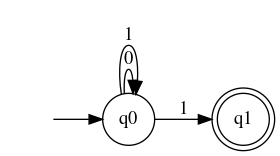
Earlier version of the Graphviz export Practica 5/fsm.gv.png (Alonsormm/Teoria-Computacional). Its source is kept beside it as Practica 5/fsm.gv.
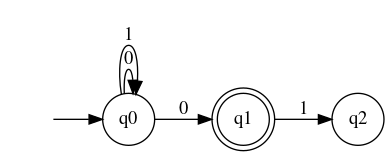
After the change.

Change to the diagram source:
```diff
@@ -5,9 +5,11 @@
 	node [shape=circle]
 	q0
 	q1
+	q2
 	q0 -> q0 [label=0]
+	q0 -> q1 [label=0]
 	q0 -> q0 [label=1]
-	q0 -> q1 [label=1]
+	q1 -> q2 [label=1]
 	node [style=filled]
 	node [color=white]
 	"" -> q0
```
